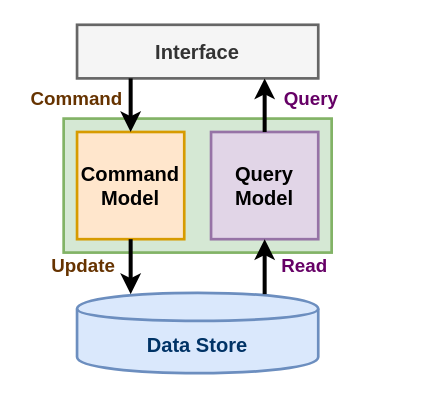
Above: diagrams/draw_io/command_query_responsibility_segregation_small.drawio in wuyichen24/system-design-knowledge (draw.io), before the change. Source tidied: cells renumbered, new cells numbered last; positions are measured from the earlier drawing's top-left corner, leaving out a move shared by most shapes. Both pictures are drawn from the tidied source at 134%, with x=0, y=0 at pixel (29, 24).
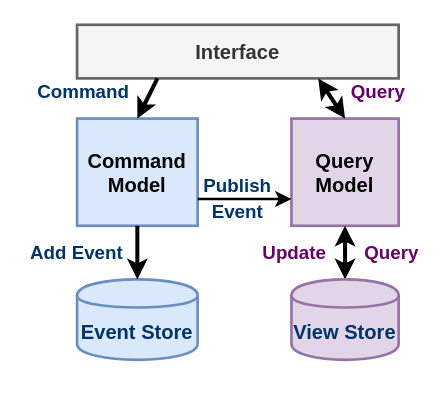
The same diagram, later.

Commit message (it also covers changes not shown here):
update CQRS small diagram

The edit, as a diff of the source:
```diff
@@
 <mxGraphModel>
   <root>
     <mxCell id="0" />
     <mxCell id="1" parent="0" />
-    <mxCell id="2" style="rounded=0;whiteSpace=wrap;html=1;strokeWidth=2;fillColor=#d5e8d4;strokeColor=#82b366;" parent="1" vertex="1">
-      <mxGeometry x="25" y="70" width="200" height="100" as="geometry" />
-    </mxCell>
-    <mxCell id="3" value="&lt;font style=&quot;font-size: 15px&quot;&gt;&lt;b&gt;Command Model&lt;/b&gt;&lt;/font&gt;" style="rounded=0;whiteSpace=wrap;html=1;strokeWidth=2;fillColor=#ffe6cc;strokeColor=#d79b00;" parent="1" vertex="1">
-      <mxGeometry x="35" y="80" width="80" height="80" as="geometry" />
+    <mxCell id="3" value="&lt;font style=&quot;font-size: 15px&quot;&gt;&lt;b&gt;Command Model&lt;/b&gt;&lt;/font&gt;" style="rounded=0;whiteSpace=wrap;html=1;strokeWidth=2;fillColor=#dae8fc;strokeColor=#6c8ebf;" parent="1" vertex="1">
+      <mxGeometry x="35" y="70" width="90" height="80" as="geometry" />
     </mxCell>
     <mxCell id="4" value="&lt;font style=&quot;font-size: 15px&quot;&gt;&lt;b&gt;Query&lt;br&gt;Model&lt;/b&gt;&lt;/font&gt;" style="rounded=0;whiteSpace=wrap;html=1;strokeWidth=2;fillColor=#e1d5e7;strokeColor=#9673a6;" parent="1" vertex="1">
-      <mxGeometry x="135" y="80" width="80" height="80" as="geometry" />
+      <mxGeometry x="195" y="70" width="80" height="80" as="geometry" />
     </mxCell>
-    <mxCell id="5" value="&lt;font style=&quot;font-size: 15px&quot; color=&quot;#003366&quot;&gt;&lt;b&gt;Data Store&lt;/b&gt;&lt;/font&gt;" style="shape=cylinder;whiteSpace=wrap;html=1;boundedLbl=1;backgroundOutline=1;strokeWidth=2;fillColor=#dae8fc;strokeColor=#6c8ebf;" parent="1" vertex="1">
-      <mxGeometry x="35" y="200" width="180" height="60" as="geometry" />
+    <mxCell id="5" value="&lt;font style=&quot;font-size: 15px&quot; color=&quot;#003366&quot;&gt;&lt;b&gt;Event Store&lt;/b&gt;&lt;/font&gt;" style="shape=cylinder;whiteSpace=wrap;html=1;boundedLbl=1;backgroundOutline=1;strokeWidth=2;fillColor=#dae8fc;strokeColor=#6c8ebf;" parent="1" vertex="1">
+      <mxGeometry x="35" y="190" width="90" height="60" as="geometry" />
     </mxCell>
     <mxCell id="6" value="&lt;font style=&quot;font-size: 15px&quot;&gt;&lt;b&gt;Interface&lt;/b&gt;&lt;/font&gt;" style="rounded=0;whiteSpace=wrap;html=1;strokeWidth=2;fillColor=#f5f5f5;strokeColor=#666666;fontColor=#333333;" parent="1" vertex="1">
-      <mxGeometry x="35" width="180" height="40" as="geometry" />
+      <mxGeometry x="35" width="240" height="40" as="geometry" />
     </mxCell>
-    <mxCell id="7" style="endArrow=classic;html=1;strokeWidth=3;entryX=0.5;entryY=0;entryDx=0;entryDy=0;targetPerimeterSpacing=-1;endSize=6;" parent="1" edge="1" target="3">
-      <mxGeometry relative="1" as="geometry">
-        <mxPoint x="75" y="40" as="sourcePoint" />
-      </mxGeometry>
+    <mxCell id="7" style="endArrow=classic;html=1;strokeWidth=3;entryX=0.5;entryY=0;entryDx=0;entryDy=0;targetPerimeterSpacing=-1;endSize=6;exitX=0.25;exitY=1;exitDx=0;exitDy=0;" parent="1" edge="1" source="6" target="3">
+      <mxGeometry relative="1" as="geometry" />
     </mxCell>
-    <mxCell id="8" style="endArrow=classic;html=1;strokeWidth=3;exitX=0.5;exitY=1;exitDx=0;exitDy=0;jumpSize=6;startSize=6;endSize=6;" parent="1" edge="1" source="3">
-      <mxGeometry relative="1" as="geometry">
-        <mxPoint x="75" y="201" as="targetPoint" />
-      </mxGeometry>
+    <mxCell id="8" style="endArrow=classic;html=1;strokeWidth=3;exitX=0.5;exitY=1;exitDx=0;exitDy=0;jumpSize=6;startSize=6;endSize=6;entryX=0.5;entryY=0;entryDx=0;entryDy=0;" parent="1" edge="1" source="3" target="5">
+      <mxGeometry relative="1" as="geometry" />
     </mxCell>
-    <mxCell id="9" style="endArrow=classic;html=1;strokeWidth=3;targetPerimeterSpacing=0;endSize=6;exitX=0.5;exitY=0;exitDx=0;exitDy=0;startArrow=none;startFill=0;" parent="1" edge="1" source="4">
-      <mxGeometry relative="1" as="geometry">
-        <mxPoint x="175" y="40" as="targetPoint" />
-      </mxGeometry>
+    <mxCell id="9" style="endArrow=classic;html=1;strokeWidth=3;targetPerimeterSpacing=0;endSize=6;exitX=0.5;exitY=0;exitDx=0;exitDy=0;startArrow=classic;startFill=1;entryX=0.75;entryY=1;entryDx=0;entryDy=0;" parent="1" edge="1" source="4" target="6">
+      <mxGeometry relative="1" as="geometry" />
     </mxCell>
-    <mxCell id="10" style="endArrow=classic;html=1;strokeWidth=3;targetPerimeterSpacing=0;endSize=6;entryX=0.5;entryY=1;entryDx=0;entryDy=0;startArrow=none;startFill=0;" parent="1" edge="1" target="4">
-      <mxGeometry relative="1" as="geometry">
-        <mxPoint x="175" y="201" as="sourcePoint" />
-      </mxGeometry>
+    <mxCell id="10" style="endArrow=classic;html=1;strokeWidth=3;targetPerimeterSpacing=0;endSize=6;entryX=0.5;entryY=1;entryDx=0;entryDy=0;startArrow=classic;startFill=1;exitX=0.5;exitY=0;exitDx=0;exitDy=0;" parent="1" edge="1" source="15" target="4">
+      <mxGeometry relative="1" as="geometry" />
     </mxCell>
-    <mxCell id="11" value="&lt;span style=&quot;font-size: 14px&quot;&gt;&lt;b&gt;Update&lt;/b&gt;&lt;/span&gt;" style="text;html=1;strokeColor=none;fillColor=none;align=center;verticalAlign=middle;whiteSpace=wrap;rounded=0;fontColor=#663300;" parent="1" vertex="1">
-      <mxGeometry x="15" y="170" width="50" height="20" as="geometry" />
+    <mxCell id="11" value="&lt;span style=&quot;font-size: 14px&quot;&gt;&lt;b&gt;&lt;font color=&quot;#003366&quot;&gt;Add Event&lt;/font&gt;&lt;/b&gt;&lt;/span&gt;" style="text;html=1;strokeColor=none;fillColor=none;align=center;verticalAlign=middle;whiteSpace=wrap;rounded=0;fontColor=#663300;" parent="1" vertex="1">
+      <mxGeometry x="-5" y="160" width="80" height="20" as="geometry" />
     </mxCell>
     <mxCell id="12" value="&lt;span style=&quot;font-size: 14px&quot;&gt;&lt;b&gt;&lt;font color=&quot;#660066&quot;&gt;Query&lt;/font&gt;&lt;/b&gt;&lt;/span&gt;" style="text;html=1;strokeColor=none;fillColor=none;align=center;verticalAlign=middle;whiteSpace=wrap;rounded=0;" parent="1" vertex="1">
-      <mxGeometry x="185" y="45" width="50" height="20" as="geometry" />
+      <mxGeometry x="235" y="40" width="50" height="20" as="geometry" />
     </mxCell>
-    <mxCell id="13" value="&lt;span style=&quot;font-size: 14px&quot;&gt;&lt;b&gt;&lt;font color=&quot;#663300&quot;&gt;Command&lt;/font&gt;&lt;/b&gt;&lt;/span&gt;" style="text;html=1;strokeColor=none;fillColor=none;align=center;verticalAlign=middle;whiteSpace=wrap;rounded=0;" parent="1" vertex="1">
-      <mxGeometry y="45" width="70" height="20" as="geometry" />
+    <mxCell id="13" value="&lt;span style=&quot;font-size: 14px&quot;&gt;&lt;b&gt;&lt;font color=&quot;#003366&quot;&gt;Command&lt;/font&gt;&lt;/b&gt;&lt;/span&gt;" style="text;html=1;strokeColor=none;fillColor=none;align=center;verticalAlign=middle;whiteSpace=wrap;rounded=0;" parent="1" vertex="1">
+      <mxGeometry x="5" y="40" width="70" height="20" as="geometry" />
     </mxCell>
-    <mxCell id="14" value="&lt;span style=&quot;font-size: 14px&quot;&gt;&lt;b&gt;&lt;font color=&quot;#660066&quot;&gt;Read&lt;/font&gt;&lt;/b&gt;&lt;/span&gt;" style="text;html=1;strokeColor=none;fillColor=none;align=center;verticalAlign=middle;whiteSpace=wrap;rounded=0;" parent="1" vertex="1">
-      <mxGeometry x="185" y="170" width="40" height="20" as="geometry" />
+    <mxCell id="14" value="&lt;span style=&quot;font-size: 14px&quot;&gt;&lt;b&gt;&lt;font color=&quot;#660066&quot;&gt;Update&lt;/font&gt;&lt;/b&gt;&lt;/span&gt;" style="text;html=1;strokeColor=none;fillColor=none;align=center;verticalAlign=middle;whiteSpace=wrap;rounded=0;" parent="1" vertex="1">
+      <mxGeometry x="175" y="160" width="45" height="20" as="geometry" />
     </mxCell>
+    <mxCell id="15" value="&lt;font style=&quot;font-size: 15px&quot; color=&quot;#003366&quot;&gt;&lt;b&gt;View Store&lt;/b&gt;&lt;/font&gt;" style="shape=cylinder;whiteSpace=wrap;html=1;boundedLbl=1;backgroundOutline=1;strokeWidth=2;fillColor=#e1d5e7;strokeColor=#9673a6;" parent="1" vertex="1">
+      <mxGeometry x="195" y="190" width="80" height="60" as="geometry" />
+    </mxCell>
+    <mxCell id="16" style="endArrow=classic;html=1;exitX=1;exitY=0.75;exitDx=0;exitDy=0;entryX=0;entryY=0.75;entryDx=0;entryDy=0;strokeWidth=2;" parent="1" edge="1" source="3" target="4">
+      <mxGeometry relative="1" as="geometry" />
+    </mxCell>
+    <mxCell id="17" value="&lt;span style=&quot;font-size: 14px&quot;&gt;&lt;b&gt;&lt;font color=&quot;#003366&quot;&gt;Publish&lt;/font&gt;&lt;/b&gt;&lt;/span&gt;" style="text;html=1;strokeColor=none;fillColor=none;align=center;verticalAlign=middle;whiteSpace=wrap;rounded=0;fontColor=#663300;" parent="1" vertex="1">
+      <mxGeometry x="125" y="110" width="60" height="20" as="geometry" />
+    </mxCell>
+    <mxCell id="18" value="&lt;span style=&quot;font-size: 14px&quot;&gt;&lt;b&gt;&lt;font color=&quot;#003366&quot;&gt;Event&lt;/font&gt;&lt;/b&gt;&lt;/span&gt;" style="text;html=1;strokeColor=none;fillColor=none;align=center;verticalAlign=middle;whiteSpace=wrap;rounded=0;fontColor=#663300;" parent="1" vertex="1">
+      <mxGeometry x="135" y="130" width="40" height="20" as="geometry" />
+    </mxCell>
+    <mxCell id="19" value="&lt;span style=&quot;font-size: 14px&quot;&gt;&lt;b&gt;&lt;font color=&quot;#660066&quot;&gt;Query&lt;/font&gt;&lt;/b&gt;&lt;/span&gt;" style="text;html=1;strokeColor=none;fillColor=none;align=center;verticalAlign=middle;whiteSpace=wrap;rounded=0;" parent="1" vertex="1">
+      <mxGeometry x="245" y="160" width="50" height="20" as="geometry" />
+    </mxCell>
   </root>
 </mxGraphModel>
```
